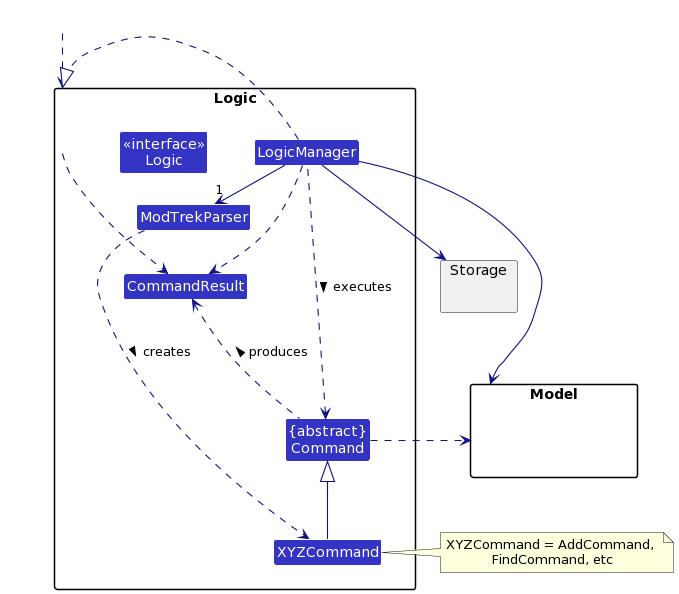
The PlantUML diagram docs/images/LogicClassDiagram.png in nus-cs2103-AY2223S2/tp, before a commit.
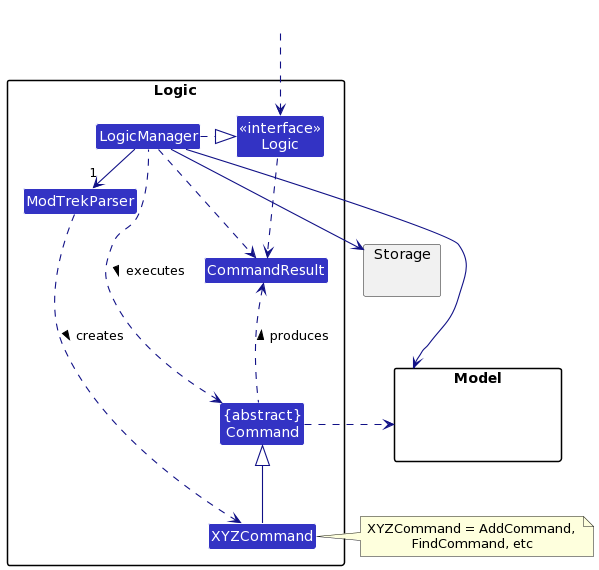
Later version of the same file.

Commit message:
Replace diagrams with arrows pointing to package instead of interface

Change to the diagram source:
```diff
@@ -77,7 +77,7 @@
 Class "{abstract}\nCommand" as Command
 
 
-Class "<<interface>>\nLogic" as Logic
+Class "<<interface>>\nLogic" as Logic1
 Class LogicManager
 }
 
@@ -89,9 +89,9 @@
 }
 
 Class HiddenOutside #FFFFFF
-HiddenOutside ..> Logic
+HiddenOutside ..> Logic1
 
-LogicManager .right.|> Logic
+LogicManager .right.|> Logic1
 LogicManager -right->"1" ModTrekParser
 ModTrekParser ..> XYZCommand : creates >
 
@@ -105,7 +105,7 @@
 Command .right.> Model
 note right of XYZCommand: XYZCommand = AddCommand, \nFindCommand, etc
 
-Logic ..> CommandResult
+Logic1 ..> CommandResult
 LogicManager .down.> CommandResult
 Command .up.> CommandResult : produces >
 @enduml
```
